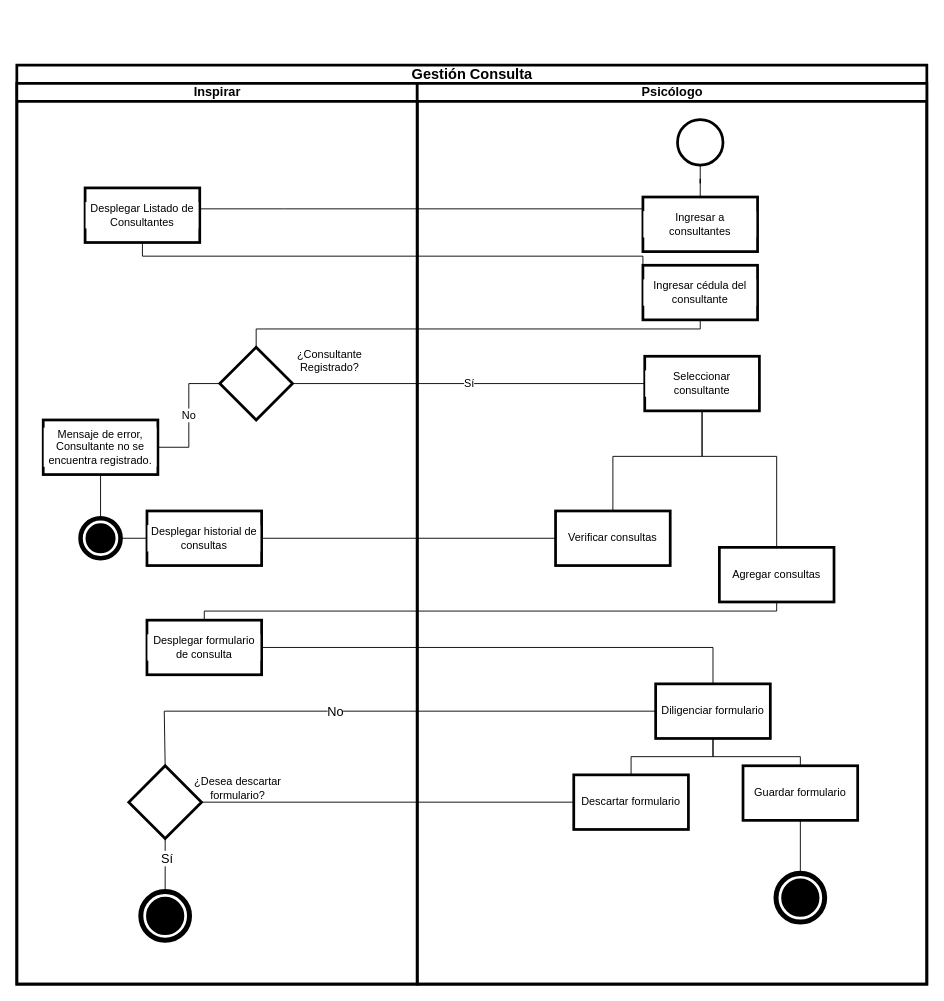
Before: page "D. Actividades" (8 of 11) of Diagramas/Untitled Diagram.drawio in barloff2/Diagramas, a draw.io diagram. Source tidied: cells renumbered, new cells numbered last; positions are measured from the earlier drawing's top-left corner, leaving out a move shared by most shapes. Both pictures are drawn from the tidied source at 91%, with x=0, y=0 at pixel (16, 65).
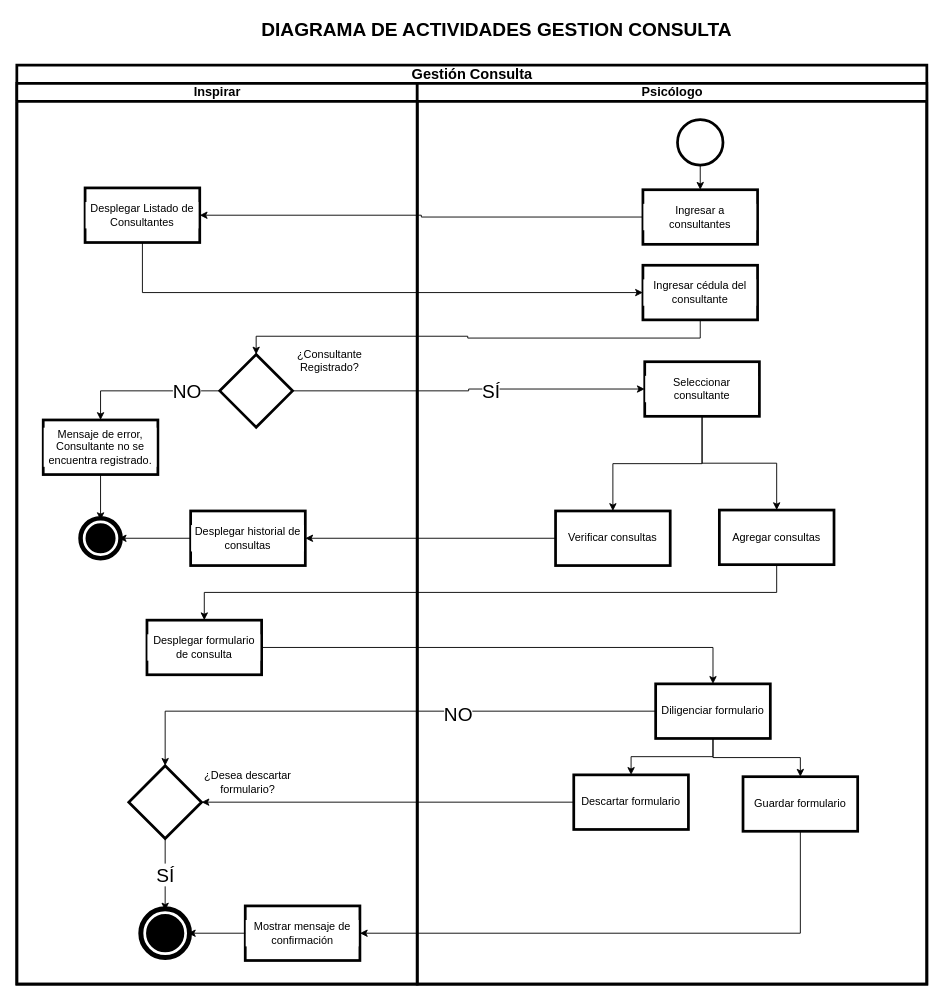
The same diagram, later.

The change refers to these unchanged cells:
```xml
<mxCell id="2" value="Gestión Consulta" style="swimlane;html=1;startSize=20;fontSize=16;strokeWidth=3;" parent="1" vertex="1">
  <mxGeometry width="1000" height="1010" as="geometry" />
</mxCell>
<mxCell id="9" value="Inspirar" style="swimlane;html=1;startSize=20;fontSize=14;strokeWidth=3;" parent="2" vertex="1">
  <mxGeometry y="20" width="440" height="990" as="geometry" />
</mxCell>
<mxCell id="10" value="Desplegar Listado de Consultantes" style="whiteSpace=wrap;html=1;fontSize=12;verticalAlign=middle;labelBackgroundColor=#ffffff;strokeWidth=3;align=center;" parent="9" vertex="1">
  <mxGeometry x="75" y="115" width="126" height="60" as="geometry" />
</mxCell>
<mxCell id="13" value="Mensaje de error, Consultante no se encuentra registrado." style="whiteSpace=wrap;html=1;fontSize=12;verticalAlign=middle;labelBackgroundColor=#ffffff;strokeWidth=3;align=center;" parent="9" vertex="1">
  <mxGeometry x="29" y="370" width="126" height="60" as="geometry" />
</mxCell>
<mxCell id="17" style="points=[[0.145,0.145,0],[0.5,0,0],[0.855,0.145,0],[1,0.5,0],[0.855,0.855,0],[0.5,1,0],[0.145,0.855,0],[0,0.5,0]];shape=mxgraph.bpmn.event;html=1;verticalLabelPosition=bottom;labelBackgroundColor=#ffffff;verticalAlign=middle;align=center;perimeter=ellipsePerimeter;outlineConnect=0;outline=end;symbol=terminate;fontSize=14;strokeWidth=3;" parent="9" vertex="1">
  <mxGeometry x="72" y="480" width="40" height="40" as="geometry" />
</mxCell>
<mxCell id="19" value="Desplegar formulario de consulta" style="whiteSpace=wrap;html=1;verticalAlign=middle;labelBackgroundColor=#ffffff;strokeWidth=3;align=center;" parent="9" vertex="1">
  <mxGeometry x="143" y="590" width="126" height="60" as="geometry" />
</mxCell>
<mxCell id="20" style="rhombus;whiteSpace=wrap;html=1;verticalAlign=middle;labelBackgroundColor=#ffffff;strokeWidth=3;align=center;" parent="9" vertex="1">
  <mxGeometry x="123" y="750" width="80" height="80" as="geometry" />
</mxCell>
<mxCell id="30" value="Psicólogo" style="swimlane;html=1;startSize=20;fontSize=14;strokeWidth=3;" parent="2" vertex="1">
  <mxGeometry x="440" y="20" width="560" height="990" as="geometry" />
</mxCell>
<mxCell id="32" style="points=[[0.145,0.145,0],[0.5,0,0],[0.855,0.145,0],[1,0.5,0],[0.855,0.855,0],[0.5,1,0],[0.145,0.855,0],[0,0.5,0]];shape=mxgraph.bpmn.event;html=1;verticalLabelPosition=bottom;labelBackgroundColor=#ffffff;verticalAlign=top;align=center;perimeter=ellipsePerimeter;outlineConnect=0;outline=standard;symbol=general;fontSize=12;strokeWidth=3;" parent="30" vertex="1">
  <mxGeometry x="286" y="40" width="50" height="50" as="geometry" />
</mxCell>
<mxCell id="34" value="Ingresar cédula del consultante" style="whiteSpace=wrap;html=1;fontSize=12;verticalAlign=middle;labelBackgroundColor=#ffffff;strokeWidth=3;align=center;" parent="30" vertex="1">
  <mxGeometry x="248" y="200" width="126" height="60" as="geometry" />
</mxCell>
<mxCell id="38" value="Verificar consultas" style="whiteSpace=wrap;html=1;verticalAlign=middle;labelBackgroundColor=#ffffff;strokeWidth=3;align=center;" parent="30" vertex="1">
  <mxGeometry x="152" y="470" width="126" height="60" as="geometry" />
</mxCell>
<mxCell id="42" value="Diligenciar formulario" style="whiteSpace=wrap;html=1;verticalAlign=middle;labelBackgroundColor=#ffffff;strokeWidth=3;align=center;" parent="30" vertex="1">
  <mxGeometry x="262" y="660" width="126" height="60" as="geometry" />
</mxCell>
<mxCell id="43" value="Descartar formulario" style="whiteSpace=wrap;html=1;verticalAlign=middle;labelBackgroundColor=#ffffff;strokeWidth=3;align=center;" parent="30" vertex="1">
  <mxGeometry x="172" y="760" width="126" height="60" as="geometry" />
</mxCell>
```

Diff of the diagram source:
```diff
@@
-    <mxCell id="3" style="edgeStyle=orthogonalEdgeStyle;rounded=0;jettySize=auto;html=1;fontSize=14;endArrow=none;endFill=0;align=center;verticalAlign=middle;entryX=0.5;entryY=0;entryDx=0;entryDy=0;" parent="2" edge="1" source="39" target="19">
-      <mxGeometry relative="1" as="geometry">
-        <Array as="points">
-          <mxPoint x="835" y="600" />
-          <mxPoint x="206" y="600" />
-        </Array>
-      </mxGeometry>
-    </mxCell>
-    <mxCell id="4" style="edgeStyle=orthogonalEdgeStyle;rounded=0;jettySize=auto;html=1;fontSize=14;endArrow=none;endFill=0;entryX=0.5;entryY=0;entryDx=0;entryDy=0;align=center;verticalAlign=middle;" parent="2" edge="1" source="19" target="42">
-      <mxGeometry relative="1" as="geometry">
-        <Array as="points">
-          <mxPoint x="765" y="640" />
-        </Array>
-      </mxGeometry>
-    </mxCell>
-    <mxCell id="5" style="endArrow=none;html=1;rounded=0;fontSize=14;entryX=0;entryY=0.5;entryDx=0;entryDy=0;exitX=0.5;exitY=0;exitDx=0;exitDy=0;align=center;verticalAlign=middle;" parent="2" edge="1" source="20" target="42">
-      <mxGeometry relative="1" as="geometry">
-        <Array as="points">
-          <mxPoint x="162" y="710" />
-        </Array>
-      </mxGeometry>
-    </mxCell>
-    <mxCell id="6" value="No" style="edgeLabel;html=1;align=center;verticalAlign=middle;fontSize=14;" parent="5" vertex="1">
-      <mxGeometry x="0.04" y="1" relative="1" as="geometry">
-        <mxPoint x="-64" y="1" as="offset" />
-      </mxGeometry>
-    </mxCell>
-    <mxCell id="7" style="endArrow=none;html=1;rounded=0;fontSize=14;entryX=0;entryY=0.5;entryDx=0;entryDy=0;exitX=1;exitY=0.5;exitDx=0;exitDy=0;" parent="2" edge="1" source="20" target="43">
-      <mxGeometry relative="1" as="geometry" />
-    </mxCell>
-    <mxCell id="8" style="edgeStyle=orthogonalEdgeStyle;rounded=0;jettySize=auto;html=1;fontSize=14;endArrow=none;endFill=0;align=center;verticalAlign=middle;" parent="2" edge="1" source="38" target="16">
-      <mxGeometry relative="1" as="geometry" />
-    </mxCell>
@@
-    <mxCell id="11" value="No" style="edgeStyle=orthogonalEdgeStyle;rounded=0;jettySize=auto;html=1;fontSize=12;endArrow=none;endFill=0;exitX=0;exitY=0.5;exitDx=0;exitDy=0;align=center;verticalAlign=middle;" parent="9" edge="1" source="12" target="13">
-      <mxGeometry relative="1" as="geometry" />
-    </mxCell>
-    <mxCell id="12" style="rhombus;whiteSpace=wrap;html=1;fontSize=12;verticalAlign=middle;labelBackgroundColor=#ffffff;strokeWidth=3;align=center;" parent="9" vertex="1">
-      <mxGeometry x="223" y="290" width="80" height="80" as="geometry" />
-    </mxCell>
+    <mxCell id="48" style="edgeStyle=orthogonalEdgeStyle;rounded=0;jettySize=auto;html=1;exitX=0;exitY=0.5;exitDx=0;exitDy=0;entryX=0.5;entryY=0;entryDx=0;entryDy=0;fontSize=21;" parent="9" edge="1" source="50" target="13">
+      <mxGeometry relative="1" as="geometry" />
+    </mxCell>
+    <mxCell id="49" value="NO" style="edgeLabel;html=1;align=center;verticalAlign=middle;fontSize=21;" parent="48" vertex="1">
+      <mxGeometry x="-0.55" y="-1" relative="1" as="geometry" />
+    </mxCell>
+    <mxCell id="50" style="rhombus;whiteSpace=wrap;html=1;fontSize=12;verticalAlign=middle;labelBackgroundColor=#ffffff;strokeWidth=3;align=center;" parent="9" vertex="1">
+      <mxGeometry x="223" y="298" width="80" height="80" as="geometry" />
+    </mxCell>
+    <mxCell id="51" style="edgeStyle=orthogonalEdgeStyle;rounded=0;jettySize=auto;html=1;exitX=0.5;exitY=1;exitDx=0;exitDy=0;entryX=0.5;entryY=0;entryDx=0;entryDy=0;entryPerimeter=0;fontSize=21;" parent="9" edge="1" source="13" target="17">
+      <mxGeometry relative="1" as="geometry" />
+    </mxCell>
@@
+    <mxCell id="18" style="edgeStyle=orthogonalEdgeStyle;rounded=0;jettySize=auto;html=1;exitX=0;exitY=0.5;exitDx=0;exitDy=0;entryX=1;entryY=0.5;entryDx=0;entryDy=0;entryPerimeter=0;fontSize=21;" parent="9" edge="1" source="16" target="17">
+      <mxGeometry relative="1" as="geometry" />
+    </mxCell>
     <mxCell id="16" value="Desplegar historial de consultas" style="whiteSpace=wrap;html=1;verticalAlign=middle;labelBackgroundColor=#ffffff;strokeWidth=3;align=center;" parent="9" vertex="1">
-      <mxGeometry x="143" y="470" width="126" height="60" as="geometry" />
+      <mxGeometry x="191" y="470" width="126" height="60" as="geometry" />
     </mxCell>
@@
-    <mxCell id="18" style="endArrow=none;html=1;rounded=0;fontSize=14;exitX=0;exitY=0.5;exitDx=0;exitDy=0;entryX=1;entryY=0.5;entryDx=0;entryDy=0;entryPerimeter=0;align=center;verticalAlign=middle;" parent="9" edge="1" source="16" target="17">
-      <mxGeometry relative="1" as="geometry" />
-    </mxCell>
@@
+    <mxCell id="52" value="SÍ" style="edgeStyle=orthogonalEdgeStyle;rounded=0;jettySize=auto;html=1;exitX=0.5;exitY=1;exitDx=0;exitDy=0;entryX=0.5;entryY=0;entryDx=0;entryDy=0;entryPerimeter=0;fontSize=21;" parent="9" edge="1" source="20" target="53">
+      <mxGeometry relative="1" as="geometry" />
+    </mxCell>
@@
     <mxCell id="21" value="¿Desea descartar formulario?" style="text;html=1;strokeColor=none;fillColor=none;align=center;verticalAlign=middle;whiteSpace=wrap;rounded=0;labelBackgroundColor=none;fontSize=12;" parent="9" vertex="1">
-      <mxGeometry x="188" y="760" width="110" height="30" as="geometry" />
+      <mxGeometry x="199" y="753" width="110" height="30" as="geometry" />
     </mxCell>
-    <mxCell id="22" style="endArrow=none;html=1;rounded=0;fontSize=14;exitX=0.5;exitY=1;exitDx=0;exitDy=0;" parent="9" edge="1" source="20" target="25">
-      <mxGeometry relative="1" as="geometry" />
-    </mxCell>
-    <mxCell id="23" value="Sí" style="edgeLabel;html=1;align=center;verticalAlign=middle;fontSize=14;" parent="22" vertex="1">
-      <mxGeometry x="-0.3" y="1" relative="1" as="geometry" />
-    </mxCell>
-    <mxCell id="24" style="endArrow=none;html=1;rounded=0;entryX=0.5;entryY=1;entryDx=0;entryDy=0;exitX=0.5;exitY=0;exitDx=0;exitDy=0;exitPerimeter=0;" parent="9" edge="1" source="17" target="13">
-      <mxGeometry relative="1" as="geometry" />
-    </mxCell>
-    <mxCell id="25" style="points=[[0.145,0.145,0],[0.5,0,0],[0.855,0.145,0],[1,0.5,0],[0.855,0.855,0],[0.5,1,0],[0.145,0.855,0],[0,0.5,0]];shape=mxgraph.bpmn.event;html=1;verticalLabelPosition=bottom;labelBackgroundColor=#ffffff;verticalAlign=top;align=center;perimeter=ellipsePerimeter;outlineConnect=0;outline=end;symbol=terminate;fontSize=14;strokeWidth=3;" parent="9" vertex="1">
-      <mxGeometry x="138" y="890" width="50" height="50" as="geometry" />
-    </mxCell>
-    <mxCell id="26" style="edgeStyle=orthogonalEdgeStyle;rounded=0;jettySize=auto;html=1;fontSize=12;endArrow=none;endFill=0;align=center;verticalAlign=middle;" parent="2" edge="1" source="33" target="10">
-      <mxGeometry relative="1" as="geometry">
-        <Array as="points">
-          <mxPoint x="293" y="158" />
-          <mxPoint x="293" y="158" />
-        </Array>
-      </mxGeometry>
-    </mxCell>
-    <mxCell id="27" style="edgeStyle=orthogonalEdgeStyle;rounded=0;jettySize=auto;html=1;fontSize=12;endArrow=none;endFill=0;exitX=0.5;exitY=1;exitDx=0;exitDy=0;entryX=0;entryY=0.5;entryDx=0;entryDy=0;align=center;verticalAlign=middle;" parent="2" edge="1" source="10" target="34">
-      <mxGeometry relative="1" as="geometry">
-        <Array as="points">
-          <mxPoint x="138" y="210" />
-        </Array>
-      </mxGeometry>
-    </mxCell>
-    <mxCell id="28" style="edgeStyle=orthogonalEdgeStyle;rounded=0;jettySize=auto;html=1;fontSize=12;endArrow=none;endFill=0;entryX=0.5;entryY=0;entryDx=0;entryDy=0;align=center;verticalAlign=middle;" parent="2" edge="1" source="34" target="12">
-      <mxGeometry relative="1" as="geometry">
-        <Array as="points">
-          <mxPoint x="751" y="290" />
-          <mxPoint x="263" y="290" />
-        </Array>
-      </mxGeometry>
-    </mxCell>
-    <mxCell id="29" value="Sí" style="edgeStyle=orthogonalEdgeStyle;rounded=0;jettySize=auto;html=1;fontSize=12;endArrow=none;endFill=0;align=center;verticalAlign=middle;" parent="2" edge="1" source="12" target="36">
-      <mxGeometry relative="1" as="geometry">
-        <Array as="points">
-          <mxPoint x="266" y="370" />
-          <mxPoint x="266" y="360" />
-        </Array>
-      </mxGeometry>
-    </mxCell>
+    <mxCell id="53" style="points=[[0.145,0.145,0],[0.5,0,0],[0.855,0.145,0],[1,0.5,0],[0.855,0.855,0],[0.5,1,0],[0.145,0.855,0],[0,0.5,0]];shape=mxgraph.bpmn.event;html=1;verticalLabelPosition=bottom;labelBackgroundColor=#ffffff;verticalAlign=top;align=center;perimeter=ellipsePerimeter;outlineConnect=0;outline=end;symbol=terminate;fontSize=14;strokeWidth=3;" parent="9" vertex="1">
+      <mxGeometry x="138" y="909" width="50" height="50" as="geometry" />
+    </mxCell>
+    <mxCell id="54" value="Mostrar mensaje de confirmación" style="whiteSpace=wrap;html=1;verticalAlign=middle;labelBackgroundColor=#ffffff;strokeWidth=3;align=center;" parent="9" vertex="1">
+      <mxGeometry x="251" y="904" width="126" height="60" as="geometry" />
+    </mxCell>
+    <mxCell id="55" style="edgeStyle=orthogonalEdgeStyle;rounded=0;jettySize=auto;html=1;exitX=0;exitY=0.5;exitDx=0;exitDy=0;entryX=1;entryY=0.5;entryDx=0;entryDy=0;entryPerimeter=0;fontSize=21;" parent="9" edge="1" source="54" target="53">
+      <mxGeometry relative="1" as="geometry" />
+    </mxCell>
@@
-    <mxCell id="31" style="edgeStyle=orthogonalEdgeStyle;rounded=0;jettySize=auto;html=1;fontSize=12;endArrow=none;endFill=0;align=center;verticalAlign=middle;" parent="30" edge="1" source="32" target="33">
+    <mxCell id="31" style="edgeStyle=orthogonalEdgeStyle;rounded=0;jettySize=auto;html=1;exitX=0.5;exitY=1;exitDx=0;exitDy=0;exitPerimeter=0;entryX=0.5;entryY=0;entryDx=0;entryDy=0;fontSize=21;" parent="30" edge="1" source="32" target="33">
       <mxGeometry relative="1" as="geometry" />
     </mxCell>
@@
     <mxCell id="33" value="Ingresar a consultantes" style="whiteSpace=wrap;html=1;fontSize=12;verticalAlign=middle;labelBackgroundColor=#ffffff;strokeWidth=3;align=center;" parent="30" vertex="1">
-      <mxGeometry x="248" y="125" width="126" height="60" as="geometry" />
+      <mxGeometry x="248" y="117" width="126" height="60" as="geometry" />
     </mxCell>
@@
+    <mxCell id="40" style="edgeStyle=orthogonalEdgeStyle;rounded=0;jettySize=auto;html=1;exitX=0.5;exitY=1;exitDx=0;exitDy=0;fontSize=21;" parent="30" edge="1" source="36" target="39">
+      <mxGeometry relative="1" as="geometry" />
+    </mxCell>
-    <mxCell id="35" style="edgeStyle=orthogonalEdgeStyle;rounded=0;jettySize=auto;html=1;fontSize=14;endArrow=none;endFill=0;align=center;verticalAlign=middle;entryX=0.5;entryY=0;entryDx=0;entryDy=0;" parent="30" edge="1" source="36" target="38">
-      <mxGeometry relative="1" as="geometry">
-        <Array as="points">
-          <mxPoint x="313" y="410" />
-          <mxPoint x="215" y="410" />
-        </Array>
-      </mxGeometry>
+    <mxCell id="35" style="edgeStyle=orthogonalEdgeStyle;rounded=0;jettySize=auto;html=1;exitX=0.5;exitY=1;exitDx=0;exitDy=0;entryX=0.5;entryY=0;entryDx=0;entryDy=0;fontSize=21;" parent="30" edge="1" source="36" target="38">
+      <mxGeometry relative="1" as="geometry" />
     </mxCell>
     <mxCell id="36" value="Seleccionar consultante" style="whiteSpace=wrap;html=1;fontSize=12;verticalAlign=middle;labelBackgroundColor=#ffffff;strokeWidth=3;align=center;" parent="30" vertex="1">
-      <mxGeometry x="250" y="300" width="126" height="60" as="geometry" />
+      <mxGeometry x="250" y="306" width="126" height="60" as="geometry" />
     </mxCell>
@@
     <mxCell id="39" value="Agregar consultas" style="whiteSpace=wrap;html=1;verticalAlign=middle;labelBackgroundColor=#ffffff;strokeWidth=3;align=center;" parent="30" vertex="1">
-      <mxGeometry x="332" y="510" width="126" height="60" as="geometry" />
+      <mxGeometry x="332" y="469" width="126" height="60" as="geometry" />
     </mxCell>
-    <mxCell id="40" style="edgeStyle=orthogonalEdgeStyle;rounded=0;jettySize=auto;html=1;fontSize=14;endArrow=none;endFill=0;exitX=0.5;exitY=1;exitDx=0;exitDy=0;align=center;verticalAlign=middle;entryX=0.5;entryY=0;entryDx=0;entryDy=0;" parent="30" edge="1" source="36" target="39">
-      <mxGeometry relative="1" as="geometry">
-        <Array as="points">
-          <mxPoint x="313" y="410" />
-          <mxPoint x="395" y="410" />
-        </Array>
-      </mxGeometry>
-    </mxCell>
-    <mxCell id="41" style="edgeStyle=orthogonalEdgeStyle;rounded=0;jettySize=auto;html=1;fontSize=14;endArrow=none;endFill=0;align=center;verticalAlign=middle;exitX=0.5;exitY=1;exitDx=0;exitDy=0;" parent="30" edge="1" source="42" target="43">
-      <mxGeometry relative="1" as="geometry">
-        <Array as="points">
-          <mxPoint x="325" y="740" />
-          <mxPoint x="235" y="740" />
-        </Array>
-      </mxGeometry>
+    <mxCell id="41" style="edgeStyle=orthogonalEdgeStyle;rounded=0;jettySize=auto;html=1;exitX=0.5;exitY=1;exitDx=0;exitDy=0;entryX=0.5;entryY=0;entryDx=0;entryDy=0;fontSize=21;" parent="30" edge="1" source="42" target="43">
+      <mxGeometry relative="1" as="geometry" />
     </mxCell>
+    <mxCell id="45" style="edgeStyle=orthogonalEdgeStyle;rounded=0;jettySize=auto;html=1;exitX=0.5;exitY=1;exitDx=0;exitDy=0;entryX=0.5;entryY=0;entryDx=0;entryDy=0;fontSize=21;" parent="30" edge="1" source="42" target="44">
+      <mxGeometry relative="1" as="geometry" />
+    </mxCell>
@@
     <mxCell id="44" value="Guardar formulario" style="whiteSpace=wrap;html=1;verticalAlign=middle;labelBackgroundColor=#ffffff;strokeWidth=3;align=center;" parent="30" vertex="1">
-      <mxGeometry x="358" y="750" width="126" height="60" as="geometry" />
+      <mxGeometry x="358" y="762" width="126" height="60" as="geometry" />
     </mxCell>
-    <mxCell id="45" style="edgeStyle=orthogonalEdgeStyle;rounded=0;jettySize=auto;html=1;fontSize=14;endArrow=none;endFill=0;align=center;verticalAlign=middle;exitX=0.5;exitY=1;exitDx=0;exitDy=0;" parent="30" edge="1" source="42" target="44">
-      <mxGeometry relative="1" as="geometry">
-        <Array as="points">
-          <mxPoint x="325" y="740" />
-          <mxPoint x="421" y="740" />
-        </Array>
-      </mxGeometry>
-    </mxCell>
-    <mxCell id="46" style="points=[[0.145,0.145,0],[0.5,0,0],[0.855,0.145,0],[1,0.5,0],[0.855,0.855,0],[0.5,1,0],[0.145,0.855,0],[0,0.5,0]];shape=mxgraph.bpmn.event;html=1;verticalLabelPosition=bottom;labelBackgroundColor=#ffffff;verticalAlign=top;align=center;perimeter=ellipsePerimeter;outlineConnect=0;outline=end;symbol=terminate;fontSize=14;strokeWidth=3;" parent="30" vertex="1">
-      <mxGeometry x="396" y="870" width="50" height="50" as="geometry" />
-    </mxCell>
-    <mxCell id="47" style="endArrow=none;html=1;rounded=0;fontSize=14;entryX=0.5;entryY=1;entryDx=0;entryDy=0;exitX=0.5;exitY=0;exitDx=0;exitDy=0;exitPerimeter=0;" parent="30" edge="1" source="46" target="44">
-      <mxGeometry relative="1" as="geometry" />
-    </mxCell>
+    <mxCell id="26" style="edgeStyle=orthogonalEdgeStyle;rounded=0;jettySize=auto;html=1;entryX=1;entryY=0.5;entryDx=0;entryDy=0;fontSize=21;" parent="2" edge="1" source="33" target="10">
+      <mxGeometry relative="1" as="geometry" />
+    </mxCell>
+    <mxCell id="27" style="edgeStyle=orthogonalEdgeStyle;rounded=0;jettySize=auto;html=1;entryX=0;entryY=0.5;entryDx=0;entryDy=0;fontSize=21;" parent="2" edge="1" source="10" target="34">
+      <mxGeometry relative="1" as="geometry">
+        <Array as="points">
+          <mxPoint x="138" y="250" />
+        </Array>
+      </mxGeometry>
+    </mxCell>
+    <mxCell id="56" style="edgeStyle=orthogonalEdgeStyle;rounded=0;jettySize=auto;html=1;exitX=0.5;exitY=1;exitDx=0;exitDy=0;entryX=0.5;entryY=0;entryDx=0;entryDy=0;fontSize=21;" parent="2" edge="1" source="34" target="50">
+      <mxGeometry relative="1" as="geometry" />
+    </mxCell>
+    <mxCell id="8" style="edgeStyle=orthogonalEdgeStyle;rounded=0;jettySize=auto;html=1;exitX=0;exitY=0.5;exitDx=0;exitDy=0;entryX=1;entryY=0.5;entryDx=0;entryDy=0;fontSize=21;" parent="2" edge="1" source="38" target="16">
+      <mxGeometry relative="1" as="geometry" />
+    </mxCell>
+    <mxCell id="3" style="edgeStyle=orthogonalEdgeStyle;rounded=0;jettySize=auto;html=1;exitX=0.5;exitY=1;exitDx=0;exitDy=0;entryX=0.5;entryY=0;entryDx=0;entryDy=0;fontSize=21;" parent="2" edge="1" source="39" target="19">
+      <mxGeometry relative="1" as="geometry" />
+    </mxCell>
+    <mxCell id="57" style="edgeStyle=orthogonalEdgeStyle;rounded=0;jettySize=auto;html=1;exitX=1;exitY=0.5;exitDx=0;exitDy=0;entryX=0;entryY=0.5;entryDx=0;entryDy=0;fontSize=21;" parent="2" edge="1" source="50" target="36">
+      <mxGeometry relative="1" as="geometry" />
+    </mxCell>
+    <mxCell id="58" value="SÍ" style="edgeLabel;html=1;align=center;verticalAlign=middle;fontSize=21;" parent="57" vertex="1">
+      <mxGeometry x="0.13" y="-1" relative="1" as="geometry">
+        <mxPoint x="-1" as="offset" />
+      </mxGeometry>
+    </mxCell>
+    <mxCell id="4" style="edgeStyle=orthogonalEdgeStyle;rounded=0;jettySize=auto;html=1;exitX=1;exitY=0.5;exitDx=0;exitDy=0;fontSize=21;" parent="2" edge="1" source="19" target="42">
+      <mxGeometry relative="1" as="geometry" />
+    </mxCell>
+    <mxCell id="59" style="edgeStyle=orthogonalEdgeStyle;rounded=0;jettySize=auto;html=1;exitX=0;exitY=0.5;exitDx=0;exitDy=0;entryX=0.5;entryY=0;entryDx=0;entryDy=0;fontSize=21;" parent="2" edge="1" source="42" target="20">
+      <mxGeometry relative="1" as="geometry" />
+    </mxCell>
+    <mxCell id="60" value="NO" style="edgeLabel;html=1;align=center;verticalAlign=middle;fontSize=21;" parent="59" vertex="1">
+      <mxGeometry x="-0.27" y="2" relative="1" as="geometry">
+        <mxPoint x="1" as="offset" />
+      </mxGeometry>
+    </mxCell>
+    <mxCell id="61" style="edgeStyle=orthogonalEdgeStyle;rounded=0;jettySize=auto;html=1;exitX=0;exitY=0.5;exitDx=0;exitDy=0;entryX=1;entryY=0.5;entryDx=0;entryDy=0;fontSize=21;" parent="2" edge="1" source="43" target="20">
+      <mxGeometry relative="1" as="geometry" />
+    </mxCell>
+    <mxCell id="62" style="edgeStyle=orthogonalEdgeStyle;rounded=0;jettySize=auto;html=1;exitX=0.5;exitY=1;exitDx=0;exitDy=0;entryX=1;entryY=0.5;entryDx=0;entryDy=0;fontSize=21;" parent="2" edge="1" source="44" target="54">
+      <mxGeometry relative="1" as="geometry" />
+    </mxCell>
+    <mxCell id="63" value="DIAGRAMA DE ACTIVIDADES GESTION CONSULTA" style="text;html=1;align=center;verticalAlign=middle;fillColor=none;strokeColor=none;rounded=0;fontSize=21;fontStyle=1;" parent="1" vertex="1">
+      <mxGeometry x="263" y="-54" width="527" height="29" as="geometry" />
+    </mxCell>
```
